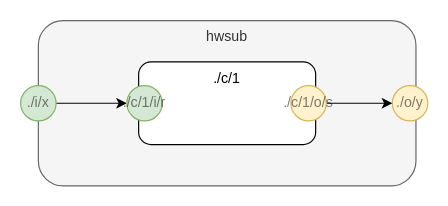
Earlier version of the draw.io diagram page "hwsub" (2 of 8) of v2/hello.drawio (guitarvydas/asc-manually). Source tidied: cells renumbered, new cells numbered last; positions are measured from the earlier drawing's top-left corner, leaving out a move shared by most shapes. Both pictures are drawn from the tidied source at 118%, with x=0, y=0 at pixel (20, 20).
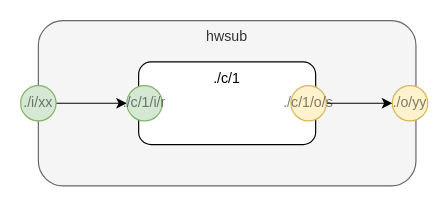
After the change.

Change to the diagram source:
```diff
@@
 <mxGraphModel>
   <root>
     <mxCell id="0" />
     <mxCell id="1" parent="0" />
     <mxCell id="2" value="hwsub" style="rounded=1;whiteSpace=wrap;html=1;verticalAlign=top;fillColor=#f5f5f5;strokeColor=#666666;fontColor=#333333;" parent="1" vertex="1">
       <mxGeometry x="15" width="320" height="140" as="geometry" />
     </mxCell>
     <mxCell id="3" value="./c/1" style="rounded=1;whiteSpace=wrap;html=1;verticalAlign=top;" parent="1" vertex="1">
       <mxGeometry x="100" y="35" width="150" height="70" as="geometry" />
     </mxCell>
     <mxCell id="4" style="edgeStyle=orthogonalEdgeStyle;rounded=0;jettySize=auto;html=1;exitX=1;exitY=0.5;exitDx=0;exitDy=0;" parent="1" edge="1" source="5" target="7">
       <mxGeometry relative="1" as="geometry" />
     </mxCell>
-    <mxCell id="5" value="./i/x" style="ellipse;whiteSpace=wrap;html=1;fillColor=#d5e8d4;align=center;strokeColor=#82b366;textOpacity=50;" parent="1" vertex="1">
+    <mxCell id="5" value="./i/xx" style="ellipse;whiteSpace=wrap;html=1;fillColor=#d5e8d4;align=center;strokeColor=#82b366;textOpacity=50;" parent="1" vertex="1">
       <mxGeometry y="55" width="30" height="30" as="geometry" />
     </mxCell>
-    <mxCell id="6" value="./o/y" style="ellipse;whiteSpace=wrap;html=1;fillColor=#fff2cc;align=center;strokeColor=#d6b656;textOpacity=50;" parent="1" vertex="1">
+    <mxCell id="6" value="./o/yy" style="ellipse;whiteSpace=wrap;html=1;fillColor=#fff2cc;align=center;strokeColor=#d6b656;textOpacity=50;" parent="1" vertex="1">
       <mxGeometry x="315" y="55" width="30" height="30" as="geometry" />
     </mxCell>
     <mxCell id="7" value="./c/1/i/r" style="ellipse;whiteSpace=wrap;html=1;fillColor=#d5e8d4;align=center;strokeColor=#82b366;textOpacity=50;" parent="1" vertex="1">
       <mxGeometry x="90" y="55" width="30" height="30" as="geometry" />
     </mxCell>
     <mxCell id="8" style="edgeStyle=orthogonalEdgeStyle;rounded=0;jettySize=auto;html=1;exitX=1;exitY=0.5;exitDx=0;exitDy=0;entryX=0;entryY=0.5;entryDx=0;entryDy=0;" parent="1" edge="1" source="9" target="6">
       <mxGeometry relative="1" as="geometry" />
     </mxCell>
     <mxCell id="9" value="./c/1/o/s" style="ellipse;whiteSpace=wrap;html=1;fillColor=#fff2cc;align=center;strokeColor=#d6b656;textOpacity=50;" parent="1" vertex="1">
       <mxGeometry x="229" y="55" width="30" height="30" as="geometry" />
     </mxCell>
   </root>
 </mxGraphModel>
```
